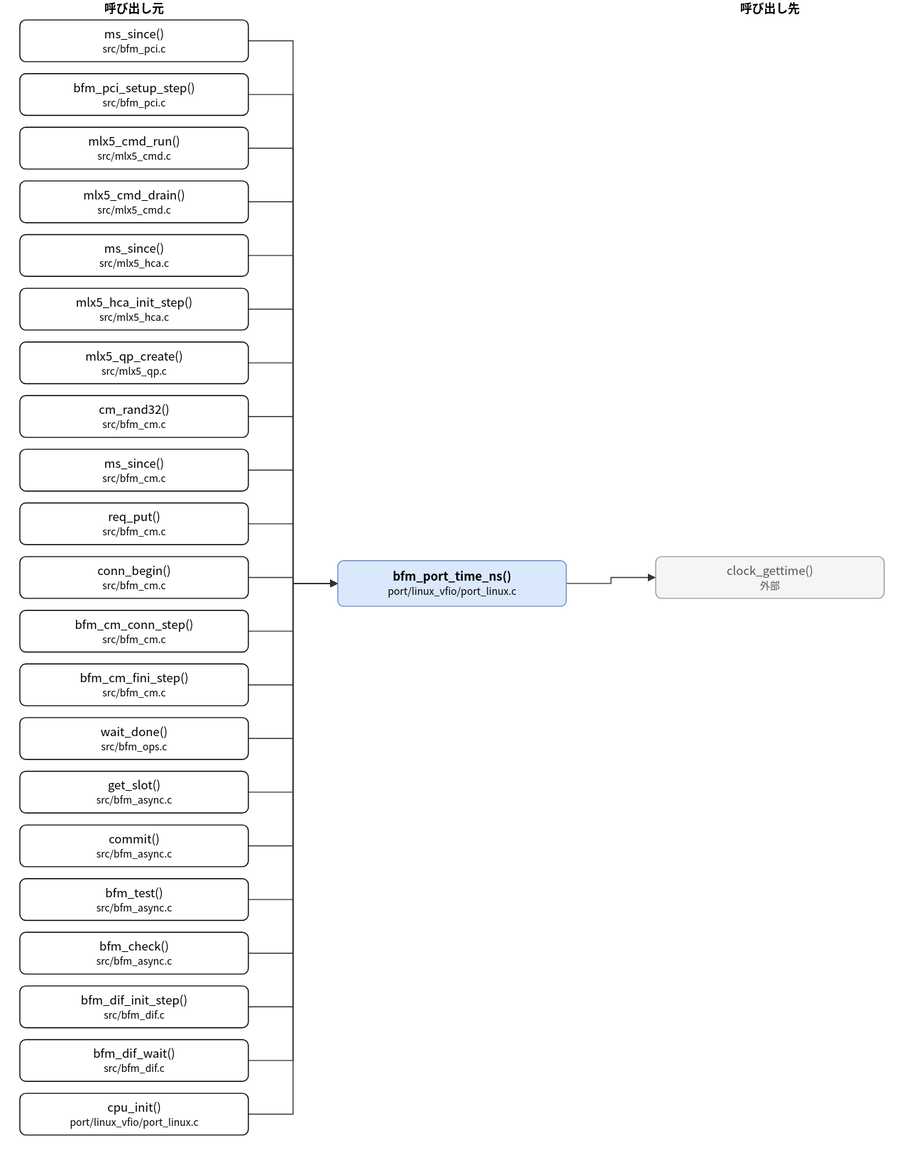
Before: doc/spec/images/call_port_linux_vfio_port_linux-bfm_port_time_ns.drawio.svg, a diagram exported from draw.io (hf355051012-ai/bfmem). Source tidied: cells renumbered, new cells last; positions are measured from the earlier drawing's top-left corner, leaving out a move shared by most shapes.
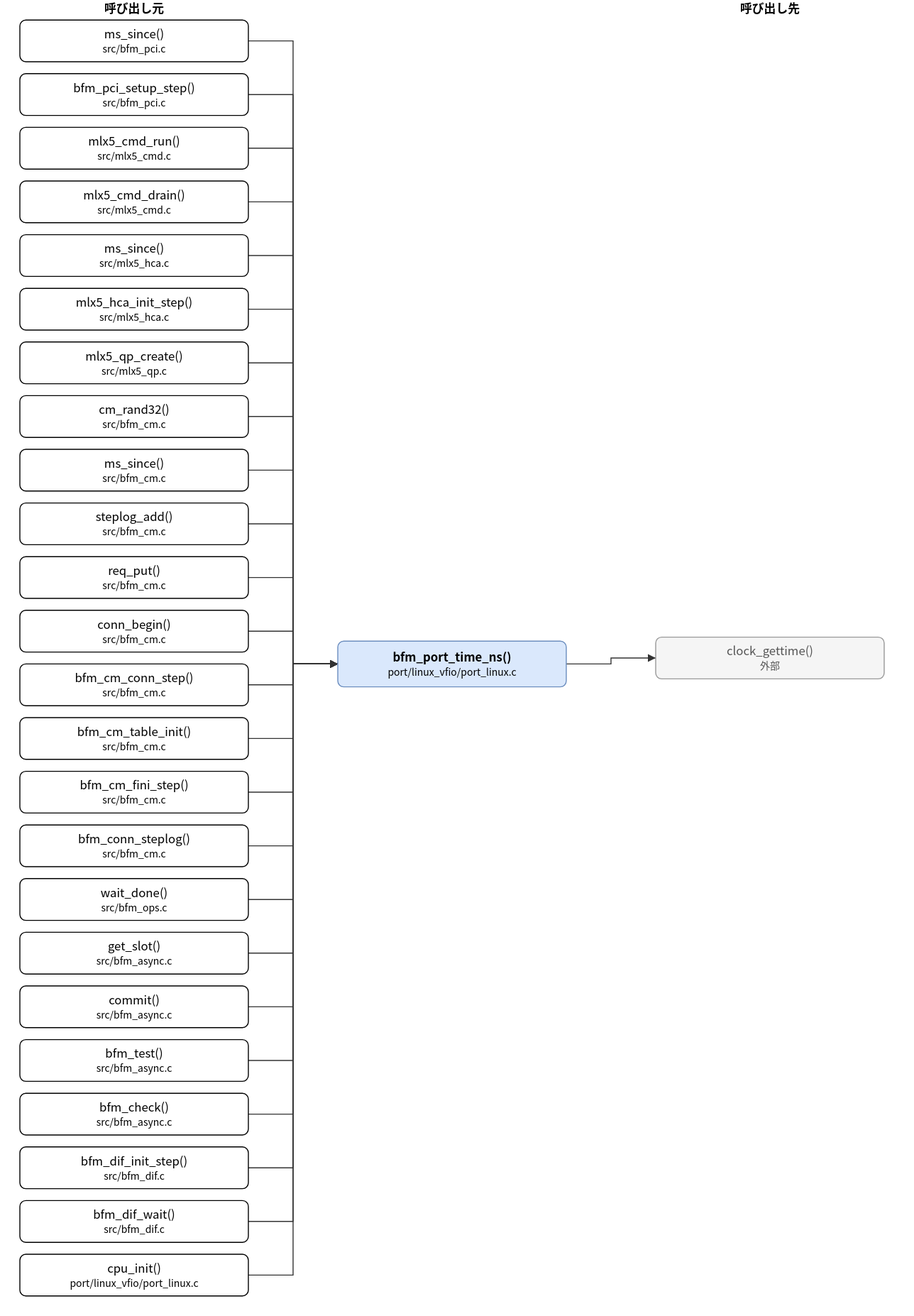
After the commit.

What changed in the source:
```diff
@@ -3,7 +3,7 @@
     <mxCell id="0" />
     <mxCell id="1" parent="0" />
     <mxCell id="2" value="bfm_port_time_ns()&lt;br&gt;&lt;font style=&quot;font-size:10px&quot;&gt;port/linux_vfio/port_linux.c&lt;/font&gt;" style="rounded=1;whiteSpace=wrap;html=1;fillColor=#dae8fc;strokeColor=#6c8ebf;fontStyle=1;" parent="1" vertex="1">
-      <mxGeometry x="320" y="564" width="230" height="46" as="geometry" />
+      <mxGeometry x="320" y="645" width="230" height="46" as="geometry" />
     </mxCell>
     <mxCell id="3" value="ms_since()&lt;br&gt;&lt;font style=&quot;font-size:10px&quot;&gt;src/bfm_pci.c&lt;/font&gt;" style="rounded=1;whiteSpace=wrap;html=1;" parent="1" vertex="1">
       <mxGeometry y="20" width="230" height="42" as="geometry" />
@@ -32,50 +32,59 @@
     <mxCell id="11" value="ms_since()&lt;br&gt;&lt;font style=&quot;font-size:10px&quot;&gt;src/bfm_cm.c&lt;/font&gt;" style="rounded=1;whiteSpace=wrap;html=1;" parent="1" vertex="1">
       <mxGeometry y="452" width="230" height="42" as="geometry" />
     </mxCell>
-    <mxCell id="12" value="req_put()&lt;br&gt;&lt;font style=&quot;font-size:10px&quot;&gt;src/bfm_cm.c&lt;/font&gt;" style="rounded=1;whiteSpace=wrap;html=1;" parent="1" vertex="1">
+    <mxCell id="12" value="steplog_add()&lt;br&gt;&lt;font style=&quot;font-size:10px&quot;&gt;src/bfm_cm.c&lt;/font&gt;" style="rounded=1;whiteSpace=wrap;html=1;" parent="1" vertex="1">
       <mxGeometry y="506" width="230" height="42" as="geometry" />
     </mxCell>
-    <mxCell id="13" value="conn_begin()&lt;br&gt;&lt;font style=&quot;font-size:10px&quot;&gt;src/bfm_cm.c&lt;/font&gt;" style="rounded=1;whiteSpace=wrap;html=1;" parent="1" vertex="1">
+    <mxCell id="13" value="req_put()&lt;br&gt;&lt;font style=&quot;font-size:10px&quot;&gt;src/bfm_cm.c&lt;/font&gt;" style="rounded=1;whiteSpace=wrap;html=1;" parent="1" vertex="1">
       <mxGeometry y="560" width="230" height="42" as="geometry" />
     </mxCell>
-    <mxCell id="14" value="bfm_cm_conn_step()&lt;br&gt;&lt;font style=&quot;font-size:10px&quot;&gt;src/bfm_cm.c&lt;/font&gt;" style="rounded=1;whiteSpace=wrap;html=1;" parent="1" vertex="1">
+    <mxCell id="14" value="conn_begin()&lt;br&gt;&lt;font style=&quot;font-size:10px&quot;&gt;src/bfm_cm.c&lt;/font&gt;" style="rounded=1;whiteSpace=wrap;html=1;" parent="1" vertex="1">
       <mxGeometry y="614" width="230" height="42" as="geometry" />
     </mxCell>
-    <mxCell id="15" value="bfm_cm_fini_step()&lt;br&gt;&lt;font style=&quot;font-size:10px&quot;&gt;src/bfm_cm.c&lt;/font&gt;" style="rounded=1;whiteSpace=wrap;html=1;" parent="1" vertex="1">
+    <mxCell id="15" value="bfm_cm_conn_step()&lt;br&gt;&lt;font style=&quot;font-size:10px&quot;&gt;src/bfm_cm.c&lt;/font&gt;" style="rounded=1;whiteSpace=wrap;html=1;" parent="1" vertex="1">
       <mxGeometry y="668" width="230" height="42" as="geometry" />
     </mxCell>
-    <mxCell id="16" value="wait_done()&lt;br&gt;&lt;font style=&quot;font-size:10px&quot;&gt;src/bfm_ops.c&lt;/font&gt;" style="rounded=1;whiteSpace=wrap;html=1;" parent="1" vertex="1">
+    <mxCell id="16" value="bfm_cm_table_init()&lt;br&gt;&lt;font style=&quot;font-size:10px&quot;&gt;src/bfm_cm.c&lt;/font&gt;" style="rounded=1;whiteSpace=wrap;html=1;" parent="1" vertex="1">
       <mxGeometry y="722" width="230" height="42" as="geometry" />
     </mxCell>
-    <mxCell id="17" value="get_slot()&lt;br&gt;&lt;font style=&quot;font-size:10px&quot;&gt;src/bfm_async.c&lt;/font&gt;" style="rounded=1;whiteSpace=wrap;html=1;" parent="1" vertex="1">
+    <mxCell id="17" value="bfm_cm_fini_step()&lt;br&gt;&lt;font style=&quot;font-size:10px&quot;&gt;src/bfm_cm.c&lt;/font&gt;" style="rounded=1;whiteSpace=wrap;html=1;" parent="1" vertex="1">
       <mxGeometry y="776" width="230" height="42" as="geometry" />
     </mxCell>
-    <mxCell id="18" value="commit()&lt;br&gt;&lt;font style=&quot;font-size:10px&quot;&gt;src/bfm_async.c&lt;/font&gt;" style="rounded=1;whiteSpace=wrap;html=1;" parent="1" vertex="1">
+    <mxCell id="18" value="bfm_conn_steplog()&lt;br&gt;&lt;font style=&quot;font-size:10px&quot;&gt;src/bfm_cm.c&lt;/font&gt;" style="rounded=1;whiteSpace=wrap;html=1;" parent="1" vertex="1">
       <mxGeometry y="830" width="230" height="42" as="geometry" />
     </mxCell>
-    <mxCell id="19" value="bfm_test()&lt;br&gt;&lt;font style=&quot;font-size:10px&quot;&gt;src/bfm_async.c&lt;/font&gt;" style="rounded=1;whiteSpace=wrap;html=1;" parent="1" vertex="1">
+    <mxCell id="19" value="wait_done()&lt;br&gt;&lt;font style=&quot;font-size:10px&quot;&gt;src/bfm_ops.c&lt;/font&gt;" style="rounded=1;whiteSpace=wrap;html=1;" parent="1" vertex="1">
       <mxGeometry y="884" width="230" height="42" as="geometry" />
     </mxCell>
-    <mxCell id="20" value="bfm_check()&lt;br&gt;&lt;font style=&quot;font-size:10px&quot;&gt;src/bfm_async.c&lt;/font&gt;" style="rounded=1;whiteSpace=wrap;html=1;" parent="1" vertex="1">
+    <mxCell id="20" value="get_slot()&lt;br&gt;&lt;font style=&quot;font-size:10px&quot;&gt;src/bfm_async.c&lt;/font&gt;" style="rounded=1;whiteSpace=wrap;html=1;" parent="1" vertex="1">
       <mxGeometry y="938" width="230" height="42" as="geometry" />
     </mxCell>
-    <mxCell id="21" value="bfm_dif_init_step()&lt;br&gt;&lt;font style=&quot;font-size:10px&quot;&gt;src/bfm_dif.c&lt;/font&gt;" style="rounded=1;whiteSpace=wrap;html=1;" parent="1" vertex="1">
+    <mxCell id="21" value="commit()&lt;br&gt;&lt;font style=&quot;font-size:10px&quot;&gt;src/bfm_async.c&lt;/font&gt;" style="rounded=1;whiteSpace=wrap;html=1;" parent="1" vertex="1">
       <mxGeometry y="992" width="230" height="42" as="geometry" />
     </mxCell>
-    <mxCell id="22" value="bfm_dif_wait()&lt;br&gt;&lt;font style=&quot;font-size:10px&quot;&gt;src/bfm_dif.c&lt;/font&gt;" style="rounded=1;whiteSpace=wrap;html=1;" parent="1" vertex="1">
+    <mxCell id="22" value="bfm_test()&lt;br&gt;&lt;font style=&quot;font-size:10px&quot;&gt;src/bfm_async.c&lt;/font&gt;" style="rounded=1;whiteSpace=wrap;html=1;" parent="1" vertex="1">
       <mxGeometry y="1046" width="230" height="42" as="geometry" />
     </mxCell>
-    <mxCell id="23" value="cpu_init()&lt;br&gt;&lt;font style=&quot;font-size:10px&quot;&gt;port/linux_vfio/port_linux.c&lt;/font&gt;" style="rounded=1;whiteSpace=wrap;html=1;" parent="1" vertex="1">
+    <mxCell id="23" value="bfm_check()&lt;br&gt;&lt;font style=&quot;font-size:10px&quot;&gt;src/bfm_async.c&lt;/font&gt;" style="rounded=1;whiteSpace=wrap;html=1;" parent="1" vertex="1">
       <mxGeometry y="1100" width="230" height="42" as="geometry" />
     </mxCell>
+    <mxCell id="49" value="bfm_dif_init_step()&lt;br&gt;&lt;font style=&quot;font-size:10px&quot;&gt;src/bfm_dif.c&lt;/font&gt;" style="rounded=1;whiteSpace=wrap;html=1;" parent="1" vertex="1">
+      <mxGeometry y="1154" width="230" height="42" as="geometry" />
+    </mxCell>
+    <mxCell id="50" value="bfm_dif_wait()&lt;br&gt;&lt;font style=&quot;font-size:10px&quot;&gt;src/bfm_dif.c&lt;/font&gt;" style="rounded=1;whiteSpace=wrap;html=1;" parent="1" vertex="1">
+      <mxGeometry y="1208" width="230" height="42" as="geometry" />
+    </mxCell>
+    <mxCell id="51" value="cpu_init()&lt;br&gt;&lt;font style=&quot;font-size:10px&quot;&gt;port/linux_vfio/port_linux.c&lt;/font&gt;" style="rounded=1;whiteSpace=wrap;html=1;" parent="1" vertex="1">
+      <mxGeometry y="1262" width="230" height="42" as="geometry" />
+    </mxCell>
     <mxCell id="24" value="clock_gettime()&lt;br&gt;&lt;font style=&quot;font-size:10px&quot;&gt;外部&lt;/font&gt;" style="rounded=1;whiteSpace=wrap;html=1;fillColor=#f5f5f5;strokeColor=#999999;fontColor=#555555;" parent="1" vertex="1">
-      <mxGeometry x="640" y="560" width="230" height="42" as="geometry" />
+      <mxGeometry x="640" y="641" width="230" height="42" as="geometry" />
     </mxCell>
     <mxCell id="25" style="edgeStyle=none;html=1;rounded=0;endArrow=block;endFill=1;exitX=1.0000;exitY=0.5000;exitDx=0;exitDy=0;exitPerimeter=0;entryX=0.0000;entryY=0.5000;entryDx=0;entryDy=0;entryPerimeter=0;" parent="1" edge="1" source="3" target="2">
       <mxGeometry relative="1" as="geometry">
         <Array as="points">
           <mxPoint x="275" y="41" />
-          <mxPoint x="275" y="587" />
+          <mxPoint x="275" y="668" />
         </Array>
       </mxGeometry>
     </mxCell>
@@ -83,7 +92,7 @@
       <mxGeometry relative="1" as="geometry">
         <Array as="points">
           <mxPoint x="275" y="95" />
-          <mxPoint x="275" y="587" />
+          <mxPoint x="275" y="668" />
         </Array>
       </mxGeometry>
     </mxCell>
@@ -91,7 +100,7 @@
       <mxGeometry relative="1" as="geometry">
         <Array as="points">
           <mxPoint x="275" y="149" />
-          <mxPoint x="275" y="587" />
+          <mxPoint x="275" y="668" />
         </Array>
       </mxGeometry>
     </mxCell>
@@ -99,7 +108,7 @@
       <mxGeometry relative="1" as="geometry">
         <Array as="points">
           <mxPoint x="275" y="203" />
-          <mxPoint x="275" y="587" />
+          <mxPoint x="275" y="668" />
         </Array>
       </mxGeometry>
     </mxCell>
@@ -107,7 +116,7 @@
       <mxGeometry relative="1" as="geometry">
         <Array as="points">
           <mxPoint x="275" y="257" />
-          <mxPoint x="275" y="587" />
+          <mxPoint x="275" y="668" />
         </Array>
       </mxGeometry>
     </mxCell>
@@ -115,7 +124,7 @@
       <mxGeometry relative="1" as="geometry">
         <Array as="points">
           <mxPoint x="275" y="311" />
-          <mxPoint x="275" y="587" />
+          <mxPoint x="275" y="668" />
         </Array>
       </mxGeometry>
     </mxCell>
@@ -123,7 +132,7 @@
       <mxGeometry relative="1" as="geometry">
         <Array as="points">
           <mxPoint x="275" y="365" />
-          <mxPoint x="275" y="587" />
+          <mxPoint x="275" y="668" />
         </Array>
       </mxGeometry>
     </mxCell>
@@ -131,7 +140,7 @@
       <mxGeometry relative="1" as="geometry">
         <Array as="points">
           <mxPoint x="275" y="419" />
-          <mxPoint x="275" y="587" />
+          <mxPoint x="275" y="668" />
         </Array>
       </mxGeometry>
     </mxCell>
@@ -139,7 +148,7 @@
       <mxGeometry relative="1" as="geometry">
         <Array as="points">
           <mxPoint x="275" y="473" />
-          <mxPoint x="275" y="587" />
+          <mxPoint x="275" y="668" />
         </Array>
       </mxGeometry>
     </mxCell>
@@ -147,7 +156,7 @@
       <mxGeometry relative="1" as="geometry">
         <Array as="points">
           <mxPoint x="275" y="527" />
-          <mxPoint x="275" y="587" />
+          <mxPoint x="275" y="668" />
         </Array>
       </mxGeometry>
     </mxCell>
@@ -155,7 +164,7 @@
       <mxGeometry relative="1" as="geometry">
         <Array as="points">
           <mxPoint x="275" y="581" />
-          <mxPoint x="275" y="587" />
+          <mxPoint x="275" y="668" />
         </Array>
       </mxGeometry>
     </mxCell>
@@ -163,7 +172,7 @@
       <mxGeometry relative="1" as="geometry">
         <Array as="points">
           <mxPoint x="275" y="635" />
-          <mxPoint x="275" y="587" />
+          <mxPoint x="275" y="668" />
         </Array>
       </mxGeometry>
     </mxCell>
@@ -171,7 +180,7 @@
       <mxGeometry relative="1" as="geometry">
         <Array as="points">
           <mxPoint x="275" y="689" />
-          <mxPoint x="275" y="587" />
+          <mxPoint x="275" y="668" />
         </Array>
       </mxGeometry>
     </mxCell>
@@ -179,7 +188,7 @@
       <mxGeometry relative="1" as="geometry">
         <Array as="points">
           <mxPoint x="275" y="743" />
-          <mxPoint x="275" y="587" />
+          <mxPoint x="275" y="668" />
         </Array>
       </mxGeometry>
     </mxCell>
@@ -187,7 +196,7 @@
       <mxGeometry relative="1" as="geometry">
         <Array as="points">
           <mxPoint x="275" y="797" />
-          <mxPoint x="275" y="587" />
+          <mxPoint x="275" y="668" />
         </Array>
       </mxGeometry>
     </mxCell>
@@ -195,7 +204,7 @@
       <mxGeometry relative="1" as="geometry">
         <Array as="points">
           <mxPoint x="275" y="851" />
-          <mxPoint x="275" y="587" />
+          <mxPoint x="275" y="668" />
         </Array>
       </mxGeometry>
     </mxCell>
@@ -203,7 +212,7 @@
       <mxGeometry relative="1" as="geometry">
         <Array as="points">
           <mxPoint x="275" y="905" />
-          <mxPoint x="275" y="587" />
+          <mxPoint x="275" y="668" />
         </Array>
       </mxGeometry>
     </mxCell>
@@ -211,7 +220,7 @@
       <mxGeometry relative="1" as="geometry">
         <Array as="points">
           <mxPoint x="275" y="959" />
-          <mxPoint x="275" y="587" />
+          <mxPoint x="275" y="668" />
         </Array>
       </mxGeometry>
     </mxCell>
@@ -219,7 +228,7 @@
       <mxGeometry relative="1" as="geometry">
         <Array as="points">
           <mxPoint x="275" y="1013" />
-          <mxPoint x="275" y="587" />
+          <mxPoint x="275" y="668" />
         </Array>
       </mxGeometry>
     </mxCell>
@@ -227,7 +236,7 @@
       <mxGeometry relative="1" as="geometry">
         <Array as="points">
           <mxPoint x="275" y="1067" />
-          <mxPoint x="275" y="587" />
+          <mxPoint x="275" y="668" />
         </Array>
       </mxGeometry>
     </mxCell>
@@ -235,18 +244,42 @@
       <mxGeometry relative="1" as="geometry">
         <Array as="points">
           <mxPoint x="275" y="1121" />
-          <mxPoint x="275" y="587" />
+          <mxPoint x="275" y="668" />
         </Array>
       </mxGeometry>
     </mxCell>
-    <mxCell id="46" style="edgeStyle=none;html=1;rounded=0;endArrow=block;endFill=1;exitX=1.0000;exitY=0.5000;exitDx=0;exitDy=0;exitPerimeter=0;entryX=0.0000;entryY=0.5000;entryDx=0;entryDy=0;entryPerimeter=0;" parent="1" edge="1" source="2" target="24">
+    <mxCell id="46" style="edgeStyle=none;html=1;rounded=0;endArrow=block;endFill=1;exitX=1.0000;exitY=0.5000;exitDx=0;exitDy=0;exitPerimeter=0;entryX=0.0000;entryY=0.5000;entryDx=0;entryDy=0;entryPerimeter=0;" parent="1" edge="1" source="49" target="2">
       <mxGeometry relative="1" as="geometry">
         <Array as="points">
-          <mxPoint x="595" y="587" />
-          <mxPoint x="595" y="581" />
+          <mxPoint x="275" y="1175" />
+          <mxPoint x="275" y="668" />
         </Array>
       </mxGeometry>
     </mxCell>
+    <mxCell id="52" style="edgeStyle=none;html=1;rounded=0;endArrow=block;endFill=1;exitX=1.0000;exitY=0.5000;exitDx=0;exitDy=0;exitPerimeter=0;entryX=0.0000;entryY=0.5000;entryDx=0;entryDy=0;entryPerimeter=0;" parent="1" edge="1" source="50" target="2">
+      <mxGeometry relative="1" as="geometry">
+        <Array as="points">
+          <mxPoint x="275" y="1229" />
+          <mxPoint x="275" y="668" />
+        </Array>
+      </mxGeometry>
+    </mxCell>
+    <mxCell id="53" style="edgeStyle=none;html=1;rounded=0;endArrow=block;endFill=1;exitX=1.0000;exitY=0.5000;exitDx=0;exitDy=0;exitPerimeter=0;entryX=0.0000;entryY=0.5000;entryDx=0;entryDy=0;entryPerimeter=0;" parent="1" edge="1" source="51" target="2">
+      <mxGeometry relative="1" as="geometry">
+        <Array as="points">
+          <mxPoint x="275" y="1283" />
+          <mxPoint x="275" y="668" />
+        </Array>
+      </mxGeometry>
+    </mxCell>
+    <mxCell id="54" style="edgeStyle=none;html=1;rounded=0;endArrow=block;endFill=1;exitX=1.0000;exitY=0.5000;exitDx=0;exitDy=0;exitPerimeter=0;entryX=0.0000;entryY=0.5000;entryDx=0;entryDy=0;entryPerimeter=0;" parent="1" edge="1" source="2" target="24">
+      <mxGeometry relative="1" as="geometry">
+        <Array as="points">
+          <mxPoint x="595" y="668" />
+          <mxPoint x="595" y="662" />
+        </Array>
+      </mxGeometry>
+    </mxCell>
     <mxCell id="47" value="呼び出し元" style="text;html=1;align=center;fontStyle=1;" parent="1" vertex="1">
       <mxGeometry x="35" width="160" height="18" as="geometry" />
     </mxCell>
```
